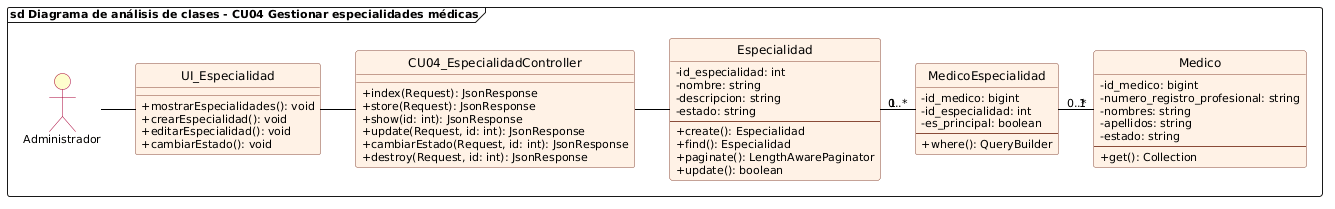
The PlantUML diagram diagramas/cu04_analisis_gestionar_especialidades.png in DiogoMars777/CITAS_MEDICAS, before a commit.
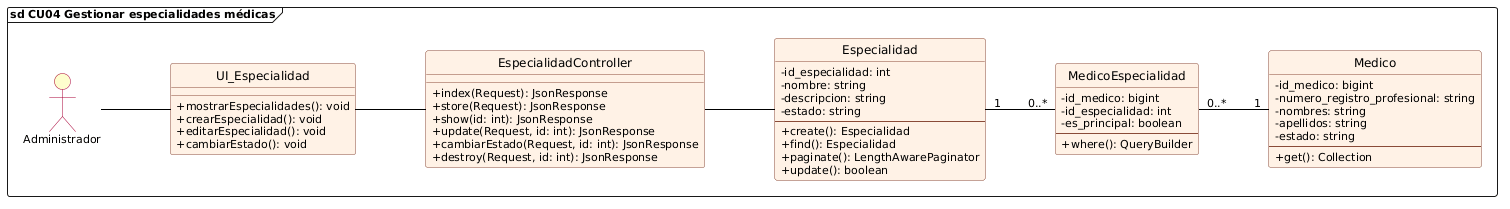
Above is the later version.

The edit, as a diff of the source:
```diff
@@ -1,6 +1,9 @@
 @startuml cu04_analisis_gestionar_especialidades
 allowmixing
 
+skinparam linetype ortho
+skinparam nodesep 70
+skinparam ranksep 60
 skinparam backgroundColor white
 skinparam defaultFontName "Segoe UI"
 skinparam defaultFontSize 11
@@ -21,7 +24,7 @@
     BorderColor #A80036
 }
 
-frame "sd Diagrama de análisis de clases - CU04 Gestionar especialidades médicas" {
+frame "sd CU04 Gestionar especialidades médicas" {
     actor Administrador
 
     class UI_Especialidad {
@@ -31,7 +34,7 @@
         + cambiarEstado(): void
     }
 
-    class CU04_EspecialidadController {
+    class EspecialidadController {
         + index(Request): JsonResponse
         + store(Request): JsonResponse
         + show(id: int): JsonResponse
@@ -71,10 +74,10 @@
     }
 
     Administrador -right- UI_Especialidad
-    UI_Especialidad -right- CU04_EspecialidadController
-    CU04_EspecialidadController -right- Especialidad
+    UI_Especialidad -right- EspecialidadController
+    EspecialidadController -right- Especialidad
 
-    Especialidad "1" -right- "0..*" MedicoEspecialidad
-    MedicoEspecialidad "0..*" -right- "1" Medico
+    Especialidad "1" ---right--- "0..*" MedicoEspecialidad
+    MedicoEspecialidad "0..*" ---right--- "1" Medico
 }
 @enduml
```
